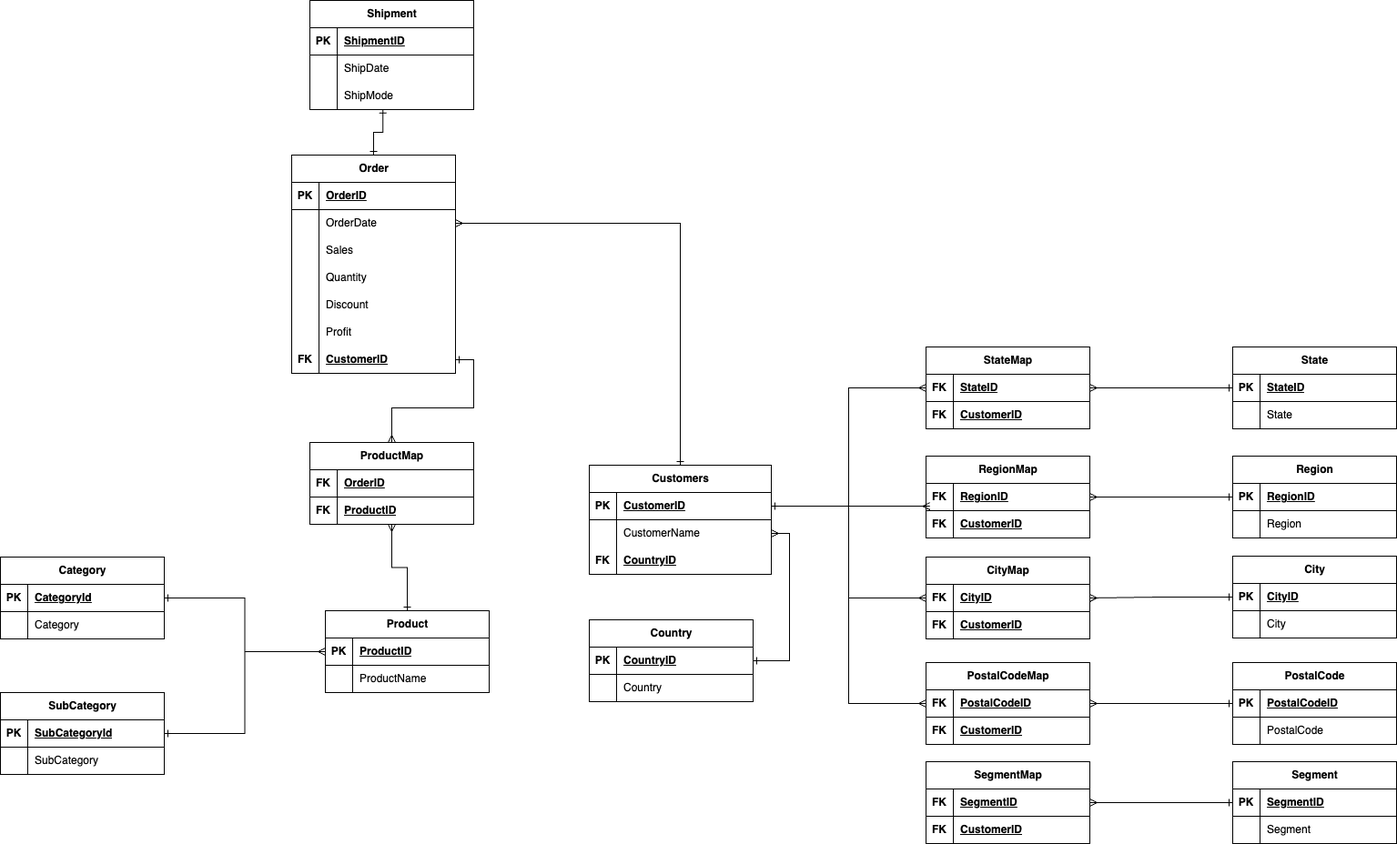
Before: superstore_erd.png, a diagram exported from draw.io (The-DigitalAcademy/superstore_dataset_analysis). Source tidied: cells renumbered, new cells last; positions are measured from the earlier drawing's top-left corner, leaving out a move shared by most shapes.
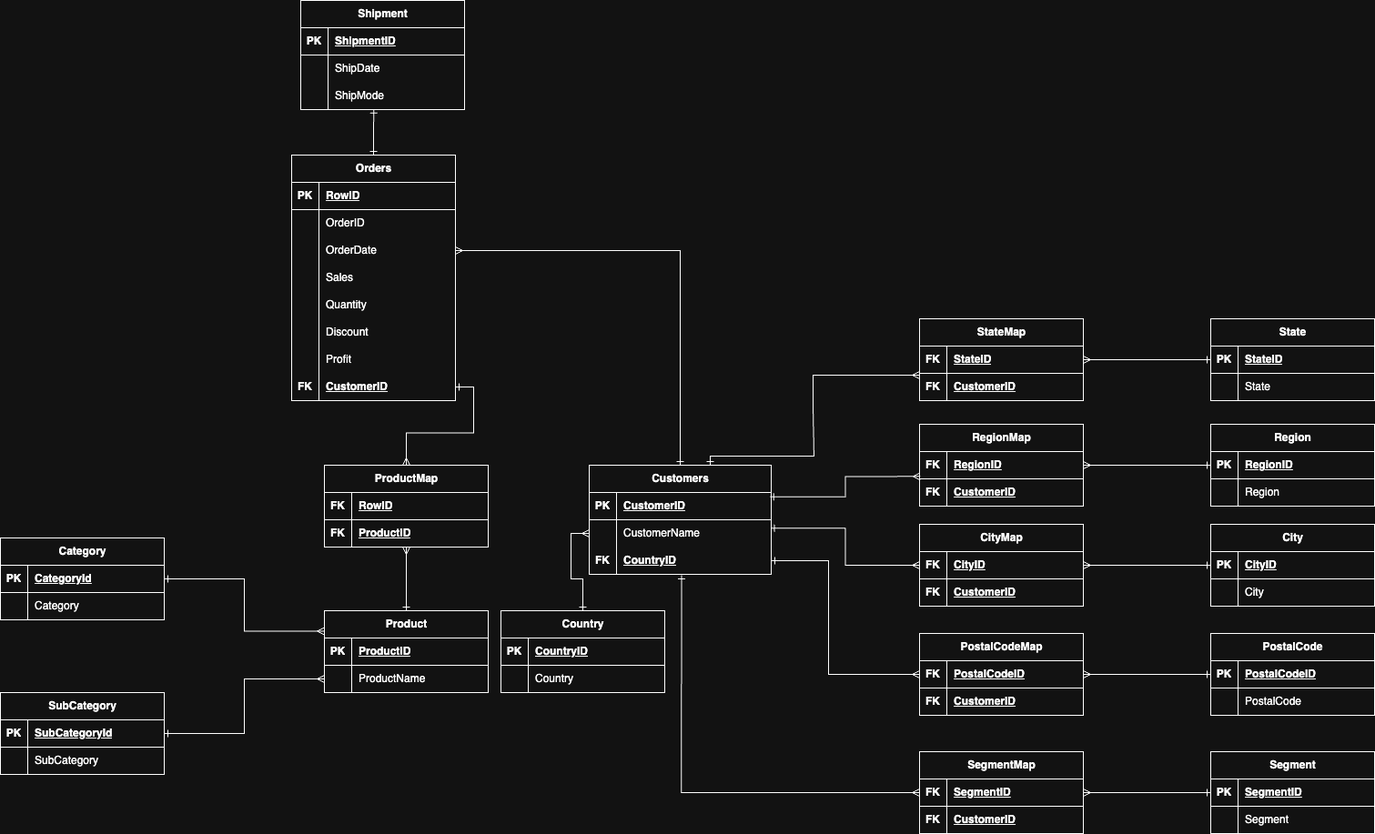
Later version of the same file.

Commit message:
updated the superstore erd

The edit, as a diff of the source:
```diff
@@ -34,4 +34,4 @@
     </mxCell>
-    <mxCell id="12" value="Order" style="shape=table;startSize=30;rowLines=0;fontStyle=1;align=center;html=1;" parent="1" vertex="1">
-      <mxGeometry x="320" y="170" width="180" height="240" as="geometry" />
+    <mxCell id="12" value="Orders" style="shape=table;startSize=30;rowLines=0;fontStyle=1;align=center;html=1;" parent="1" vertex="1">
+      <mxGeometry x="320" y="170" width="180" height="270" as="geometry" />
     </mxCell>
@@ -43,7 +43,16 @@
     </mxCell>
-    <mxCell id="15" value="OrderID" style="shape=partialRectangle;fillColor=none;top=0;left=0;bottom=0;right=0;align=left;spacingLeft=6;fontStyle=5;overflow=hidden;whiteSpace=wrap;html=1;" parent="13" vertex="1">
+    <mxCell id="15" value="RowID" style="shape=partialRectangle;fillColor=none;top=0;left=0;bottom=0;right=0;align=left;spacingLeft=6;fontStyle=5;overflow=hidden;whiteSpace=wrap;html=1;" parent="13" vertex="1">
       <mxGeometry x="30" width="150" height="30" as="geometry" />
     </mxCell>
+    <mxCell id="165" style="shape=tableRow;horizontal=0;startSize=0;swimlaneHead=0;swimlaneBody=0;fillColor=none;top=0;left=0;right=0;bottom=0;" parent="12" vertex="1">
+      <mxGeometry y="60" width="180" height="30" as="geometry" />
+    </mxCell>
+    <mxCell id="166" style="shape=partialRectangle;fillColor=none;top=0;left=0;bottom=0;right=0;overflow=hidden;whiteSpace=wrap;html=1;" parent="165" vertex="1">
+      <mxGeometry width="30" height="30" as="geometry" />
+    </mxCell>
+    <mxCell id="167" value="OrderID" style="shape=partialRectangle;fillColor=none;top=0;left=0;bottom=0;right=0;align=left;spacingLeft=6;overflow=hidden;whiteSpace=wrap;html=1;" parent="165" vertex="1">
+      <mxGeometry x="30" width="150" height="30" as="geometry" />
+    </mxCell>
     <mxCell id="16" style="shape=tableRow;horizontal=0;startSize=0;swimlaneHead=0;swimlaneBody=0;fillColor=none;points=[[0,0.5],[1,0.5]];portConstraint=eastwest;top=0;left=0;right=0;bottom=0;" parent="12" vertex="1">
-      <mxGeometry y="60" width="180" height="30" as="geometry" />
+      <mxGeometry y="90" width="180" height="30" as="geometry" />
     </mxCell>
@@ -56,3 +65,3 @@
     <mxCell id="19" style="shape=tableRow;horizontal=0;startSize=0;swimlaneHead=0;swimlaneBody=0;fillColor=none;top=0;left=0;right=0;bottom=0;" parent="12" vertex="1">
-      <mxGeometry y="90" width="180" height="30" as="geometry" />
+      <mxGeometry y="120" width="180" height="30" as="geometry" />
     </mxCell>
@@ -65,3 +74,3 @@
     <mxCell id="22" style="shape=tableRow;horizontal=0;startSize=0;swimlaneHead=0;swimlaneBody=0;fillColor=none;top=0;left=0;right=0;bottom=0;" parent="12" vertex="1">
-      <mxGeometry y="120" width="180" height="30" as="geometry" />
+      <mxGeometry y="150" width="180" height="30" as="geometry" />
     </mxCell>
@@ -74,3 +83,3 @@
     <mxCell id="25" style="shape=tableRow;horizontal=0;startSize=0;swimlaneHead=0;swimlaneBody=0;fillColor=none;top=0;left=0;right=0;bottom=0;" parent="12" vertex="1">
-      <mxGeometry y="150" width="180" height="30" as="geometry" />
+      <mxGeometry y="180" width="180" height="30" as="geometry" />
     </mxCell>
@@ -83,3 +92,3 @@
     <mxCell id="28" style="shape=tableRow;horizontal=0;startSize=0;swimlaneHead=0;swimlaneBody=0;fillColor=none;top=0;left=0;right=0;bottom=0;" parent="12" vertex="1">
-      <mxGeometry y="180" width="180" height="30" as="geometry" />
+      <mxGeometry y="210" width="180" height="30" as="geometry" />
     </mxCell>
@@ -92,3 +101,3 @@
     <mxCell id="31" style="shape=tableRow;horizontal=0;startSize=0;swimlaneHead=0;swimlaneBody=0;fillColor=none;points=[[0,0.5],[1,0.5]];portConstraint=eastwest;top=0;left=0;right=0;bottom=0;" parent="12" vertex="1">
-      <mxGeometry y="210" width="180" height="30" as="geometry" />
+      <mxGeometry y="240" width="180" height="30" as="geometry" />
     </mxCell>
@@ -104,3 +113,3 @@
     <mxCell id="35" value="Product" style="shape=table;startSize=30;rowLines=0;fontStyle=1;align=center;html=1;" parent="1" vertex="1">
-      <mxGeometry x="357" y="671" width="180" height="90" as="geometry" />
+      <mxGeometry x="356" y="671" width="180" height="90" as="geometry" />
     </mxCell>
@@ -125,3 +134,3 @@
     <mxCell id="42" value="State" style="shape=table;startSize=30;rowLines=0;fontStyle=1;align=center;html=1;" parent="1" vertex="1">
-      <mxGeometry x="1354" y="381" width="180" height="90" as="geometry" />
+      <mxGeometry x="1330" y="350" width="180" height="90" as="geometry" />
     </mxCell>
@@ -146,3 +155,3 @@
     <mxCell id="49" value="Region" style="shape=table;startSize=30;rowLines=0;fontStyle=1;align=center;html=1;" parent="1" vertex="1">
-      <mxGeometry x="1354" y="501" width="180" height="90" as="geometry" />
+      <mxGeometry x="1330" y="466" width="180" height="90" as="geometry" />
     </mxCell>
@@ -167,3 +176,3 @@
     <mxCell id="56" value="Shipment" style="shape=table;startSize=30;rowLines=0;fontStyle=1;align=center;html=1;" parent="1" vertex="1">
-      <mxGeometry x="340" width="180" height="120" as="geometry" />
+      <mxGeometry x="330" width="180" height="120" as="geometry" />
     </mxCell>
@@ -197,3 +206,3 @@
     <mxCell id="66" value="Segment" style="shape=table;startSize=30;rowLines=0;fontStyle=1;align=center;html=1;" parent="1" vertex="1">
-      <mxGeometry x="1354" y="837" width="180" height="90" as="geometry" />
+      <mxGeometry x="1330" y="826" width="180" height="90" as="geometry" />
     </mxCell>
@@ -218,3 +227,3 @@
     <mxCell id="73" value="City" style="shape=table;startSize=30;rowLines=0;fontStyle=1;align=center;html=1;" parent="1" vertex="1">
-      <mxGeometry x="1354" y="611" width="180" height="90" as="geometry" />
+      <mxGeometry x="1330" y="576" width="180" height="90" as="geometry" />
     </mxCell>
@@ -239,3 +248,3 @@
     <mxCell id="80" value="Category" style="shape=table;startSize=30;rowLines=0;fontStyle=1;align=center;html=1;" parent="1" vertex="1">
-      <mxGeometry y="612" width="180" height="90" as="geometry" />
+      <mxGeometry y="591" width="180" height="90" as="geometry" />
     </mxCell>
@@ -281,3 +290,3 @@
     <mxCell id="94" value="Country" style="shape=table;startSize=30;rowLines=0;fontStyle=1;align=center;html=1;" parent="1" vertex="1">
-      <mxGeometry x="647" y="681" width="180" height="90" as="geometry" />
+      <mxGeometry x="550" y="671" width="180" height="90" as="geometry" />
     </mxCell>
@@ -302,3 +311,3 @@
     <mxCell id="101" value="PostalCode" style="shape=table;startSize=30;rowLines=0;fontStyle=1;align=center;html=1;" parent="1" vertex="1">
-      <mxGeometry x="1354" y="728" width="180" height="90" as="geometry" />
+      <mxGeometry x="1330" y="696" width="180" height="90" as="geometry" />
     </mxCell>
@@ -326,3 +335,3 @@
     <mxCell id="109" value="StateMap" style="shape=table;startSize=30;rowLines=0;fontStyle=1;align=center;html=1;" parent="1" vertex="1">
-      <mxGeometry x="1017" y="381" width="180" height="90" as="geometry" />
+      <mxGeometry x="1010" y="350" width="180" height="90" as="geometry" />
     </mxCell>
@@ -347,3 +356,3 @@
     <mxCell id="116" value="RegionMap" style="shape=table;startSize=30;rowLines=0;fontStyle=1;align=center;html=1;" parent="1" vertex="1">
-      <mxGeometry x="1017" y="501" width="180" height="90" as="geometry" />
+      <mxGeometry x="1010" y="466" width="180" height="90" as="geometry" />
     </mxCell>
@@ -368,3 +377,3 @@
     <mxCell id="123" value="CityMap" style="shape=table;startSize=30;rowLines=0;fontStyle=1;align=center;html=1;" parent="1" vertex="1">
-      <mxGeometry x="1017" y="612" width="180" height="90" as="geometry" />
+      <mxGeometry x="1010" y="576" width="180" height="90" as="geometry" />
     </mxCell>
@@ -389,3 +398,3 @@
     <mxCell id="130" value="PostalCodeMap" style="shape=table;startSize=30;rowLines=0;fontStyle=1;align=center;html=1;" parent="1" vertex="1">
-      <mxGeometry x="1017" y="728" width="180" height="90" as="geometry" />
+      <mxGeometry x="1010" y="696" width="180" height="90" as="geometry" />
     </mxCell>
@@ -409,14 +418,2 @@
     </mxCell>
-    <mxCell id="137" style="edgeStyle=orthogonalEdgeStyle;rounded=0;jettySize=auto;html=1;exitX=1;exitY=0.5;exitDx=0;exitDy=0;entryX=0;entryY=0.5;entryDx=0;entryDy=0;endArrow=ERmany;endFill=0;" parent="1" edge="1" source="3" target="110">
-      <mxGeometry relative="1" as="geometry" />
-    </mxCell>
-    <mxCell id="138" style="edgeStyle=orthogonalEdgeStyle;rounded=0;jettySize=auto;html=1;exitX=1;exitY=0.5;exitDx=0;exitDy=0;entryX=0.024;entryY=0.833;entryDx=0;entryDy=0;entryPerimeter=0;endArrow=ERmany;endFill=0;" parent="1" edge="1" source="3" target="117">
-      <mxGeometry relative="1" as="geometry" />
-    </mxCell>
-    <mxCell id="139" style="edgeStyle=orthogonalEdgeStyle;rounded=0;jettySize=auto;html=1;exitX=1;exitY=0.5;exitDx=0;exitDy=0;entryX=0;entryY=0.5;entryDx=0;entryDy=0;endArrow=ERmany;endFill=0;" parent="1" edge="1" source="3" target="124">
-      <mxGeometry relative="1" as="geometry" />
-    </mxCell>
-    <mxCell id="140" style="edgeStyle=orthogonalEdgeStyle;rounded=0;jettySize=auto;html=1;exitX=1;exitY=0.5;exitDx=0;exitDy=0;entryX=0;entryY=0.5;entryDx=0;entryDy=0;endArrow=ERmany;endFill=0;startArrow=ERone;startFill=0;" parent="1" edge="1" source="3" target="131">
-      <mxGeometry relative="1" as="geometry" />
-    </mxCell>
     <mxCell id="141" style="edgeStyle=orthogonalEdgeStyle;rounded=0;jettySize=auto;html=1;exitX=0;exitY=0.5;exitDx=0;exitDy=0;startArrow=ERone;startFill=0;endArrow=ERmany;endFill=0;" parent="1" edge="1" source="43" target="110">
@@ -428,3 +425,3 @@
     <mxCell id="143" value="SegmentMap" style="shape=table;startSize=30;rowLines=0;fontStyle=1;align=center;html=1;" parent="1" vertex="1">
-      <mxGeometry x="1017" y="837" width="180" height="90" as="geometry" />
+      <mxGeometry x="1010" y="826" width="180" height="90" as="geometry" />
     </mxCell>
@@ -457,5 +454,2 @@
     </mxCell>
-    <mxCell id="153" style="edgeStyle=orthogonalEdgeStyle;rounded=0;jettySize=auto;html=1;exitX=1;exitY=0.5;exitDx=0;exitDy=0;entryX=1;entryY=0.5;entryDx=0;entryDy=0;endArrow=ERone;endFill=0;startArrow=ERmany;startFill=0;" parent="1" edge="1" source="6" target="94">
-      <mxGeometry relative="1" as="geometry" />
-    </mxCell>
     <mxCell id="154" style="edgeStyle=orthogonalEdgeStyle;rounded=0;jettySize=auto;html=1;exitX=0.5;exitY=0;exitDx=0;exitDy=0;entryX=1;entryY=0.5;entryDx=0;entryDy=0;endArrow=ERone;endFill=0;startArrow=ERmany;startFill=0;" parent="1" edge="1" source="158" target="31">
@@ -463,8 +457,2 @@
     </mxCell>
-    <mxCell id="155" style="edgeStyle=orthogonalEdgeStyle;rounded=0;jettySize=auto;html=1;exitX=1;exitY=0.5;exitDx=0;exitDy=0;entryX=0;entryY=0.5;entryDx=0;entryDy=0;endArrow=ERmany;endFill=0;startArrow=ERone;startFill=0;" parent="1" edge="1" source="81" target="36">
-      <mxGeometry relative="1" as="geometry" />
-    </mxCell>
-    <mxCell id="156" style="edgeStyle=orthogonalEdgeStyle;rounded=0;jettySize=auto;html=1;exitX=1;exitY=0.5;exitDx=0;exitDy=0;endArrow=ERmany;endFill=0;startArrow=ERone;startFill=0;" parent="1" edge="1" source="88" target="36">
-      <mxGeometry relative="1" as="geometry" />
-    </mxCell>
     <mxCell id="157" style="edgeStyle=orthogonalEdgeStyle;rounded=0;jettySize=auto;html=1;exitX=0.5;exitY=0;exitDx=0;exitDy=0;entryX=0.446;entryY=0.992;entryDx=0;entryDy=0;entryPerimeter=0;endArrow=ERone;endFill=0;startArrow=ERone;startFill=0;" parent="1" edge="1" source="12" target="63">
@@ -473,3 +461,3 @@
     <mxCell id="158" value="ProductMap" style="shape=table;startSize=30;rowLines=0;fontStyle=1;align=center;html=1;" parent="1" vertex="1">
-      <mxGeometry x="340" y="486" width="180" height="90" as="geometry" />
+      <mxGeometry x="356" y="511" width="180" height="90" as="geometry" />
     </mxCell>
@@ -481,3 +469,3 @@
     </mxCell>
-    <mxCell id="161" value="OrderID" style="shape=partialRectangle;fillColor=none;top=0;left=0;bottom=0;right=0;align=left;spacingLeft=6;fontStyle=5;overflow=hidden;whiteSpace=wrap;html=1;" parent="159" vertex="1">
+    <mxCell id="161" value="RowID" style="shape=partialRectangle;fillColor=none;top=0;left=0;bottom=0;right=0;align=left;spacingLeft=6;fontStyle=5;overflow=hidden;whiteSpace=wrap;html=1;" parent="159" vertex="1">
       <mxGeometry x="30" width="150" height="30" as="geometry" />
@@ -493,2 +481,40 @@
     </mxCell>
+    <mxCell id="168" style="edgeStyle=orthogonalEdgeStyle;rounded=0;jettySize=auto;html=1;endArrow=ERone;endFill=0;startArrow=ERmany;startFill=0;entryX=0.75;entryY=0;entryDx=0;entryDy=0;" parent="1" edge="1" source="109">
+      <mxGeometry relative="1" as="geometry">
+        <mxPoint x="780" y="511" as="targetPoint" />
+        <Array as="points">
+          <mxPoint x="893" y="412" />
+          <mxPoint x="893" y="451" />
+          <mxPoint x="894" y="451" />
+          <mxPoint x="894" y="501" />
+          <mxPoint x="780" y="501" />
+        </Array>
+      </mxGeometry>
+    </mxCell>
+    <mxCell id="169" style="edgeStyle=orthogonalEdgeStyle;rounded=0;jettySize=auto;html=1;exitX=0.004;exitY=-0.088;exitDx=0;exitDy=0;endArrow=ERone;endFill=0;startArrow=ERmany;startFill=0;exitPerimeter=0;entryX=0.994;entryY=0.155;entryDx=0;entryDy=0;entryPerimeter=0;" parent="1" edge="1" source="120" target="3">
+      <mxGeometry relative="1" as="geometry" />
+    </mxCell>
+    <mxCell id="170" style="edgeStyle=orthogonalEdgeStyle;rounded=0;jettySize=auto;html=1;exitX=0.5;exitY=0;exitDx=0;exitDy=0;endArrow=ERmany;endFill=0;startArrow=ERone;startFill=0;entryX=0;entryY=0.5;entryDx=0;entryDy=0;" parent="1" edge="1" source="94" target="6">
+      <mxGeometry relative="1" as="geometry" />
+    </mxCell>
+    <mxCell id="171" style="edgeStyle=orthogonalEdgeStyle;rounded=0;jettySize=auto;html=1;exitX=0;exitY=0.5;exitDx=0;exitDy=0;endArrow=ERone;endFill=0;startArrow=ERmany;startFill=0;entryX=0.998;entryY=0.306;entryDx=0;entryDy=0;entryPerimeter=0;" parent="1" edge="1" source="124" target="6">
+      <mxGeometry relative="1" as="geometry" />
+    </mxCell>
+    <mxCell id="172" style="edgeStyle=orthogonalEdgeStyle;rounded=0;jettySize=auto;html=1;exitX=0;exitY=0.5;exitDx=0;exitDy=0;endArrow=ERone;endFill=0;startArrow=ERmany;startFill=0;entryX=1;entryY=0.5;entryDx=0;entryDy=0;" parent="1" edge="1" source="131" target="9">
+      <mxGeometry relative="1" as="geometry">
+        <Array as="points">
+          <mxPoint x="910" y="741" />
+          <mxPoint x="910" y="616" />
+        </Array>
+      </mxGeometry>
+    </mxCell>
+    <mxCell id="173" style="edgeStyle=orthogonalEdgeStyle;rounded=0;jettySize=auto;html=1;exitX=0;exitY=0.5;exitDx=0;exitDy=0;endArrow=ERone;endFill=0;startArrow=ERmany;startFill=0;entryX=0.507;entryY=1.033;entryDx=0;entryDy=0;entryPerimeter=0;" parent="1" edge="1" source="144" target="9">
+      <mxGeometry relative="1" as="geometry" />
+    </mxCell>
+    <mxCell id="174" style="edgeStyle=orthogonalEdgeStyle;rounded=0;jettySize=auto;html=1;exitX=1;exitY=0.5;exitDx=0;exitDy=0;entryX=0;entryY=0.25;entryDx=0;entryDy=0;endArrow=ERmany;endFill=0;startArrow=ERone;startFill=0;" parent="1" edge="1" source="81" target="35">
+      <mxGeometry relative="1" as="geometry" />
+    </mxCell>
+    <mxCell id="175" style="edgeStyle=orthogonalEdgeStyle;rounded=0;jettySize=auto;html=1;exitX=1;exitY=0.5;exitDx=0;exitDy=0;entryX=0;entryY=0.5;entryDx=0;entryDy=0;endArrow=ERmany;endFill=0;startArrow=ERone;startFill=0;" parent="1" edge="1" source="88" target="39">
+      <mxGeometry relative="1" as="geometry" />
+    </mxCell>
   </root>
```
